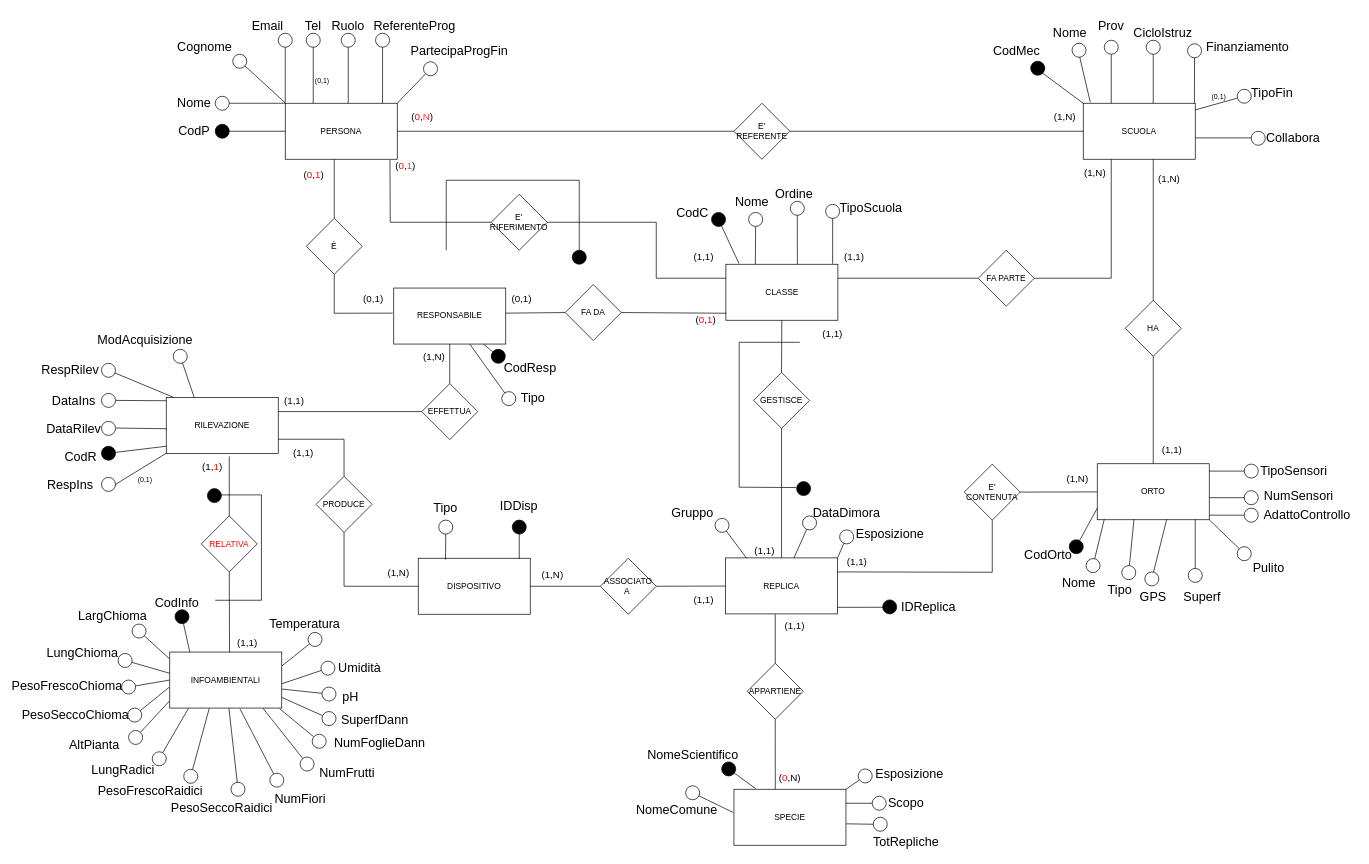
The draw.io diagram BD_ER_Restructured.drawio in pizzo-kyle/unige, before the edit. Source tidied: cells renumbered, new cells numbered last; positions are measured from the earlier drawing's top-left corner, leaving out a move shared by most shapes. Both pictures are drawn from the tidied source at 70%, with x=0, y=0 at pixel (38, 12).
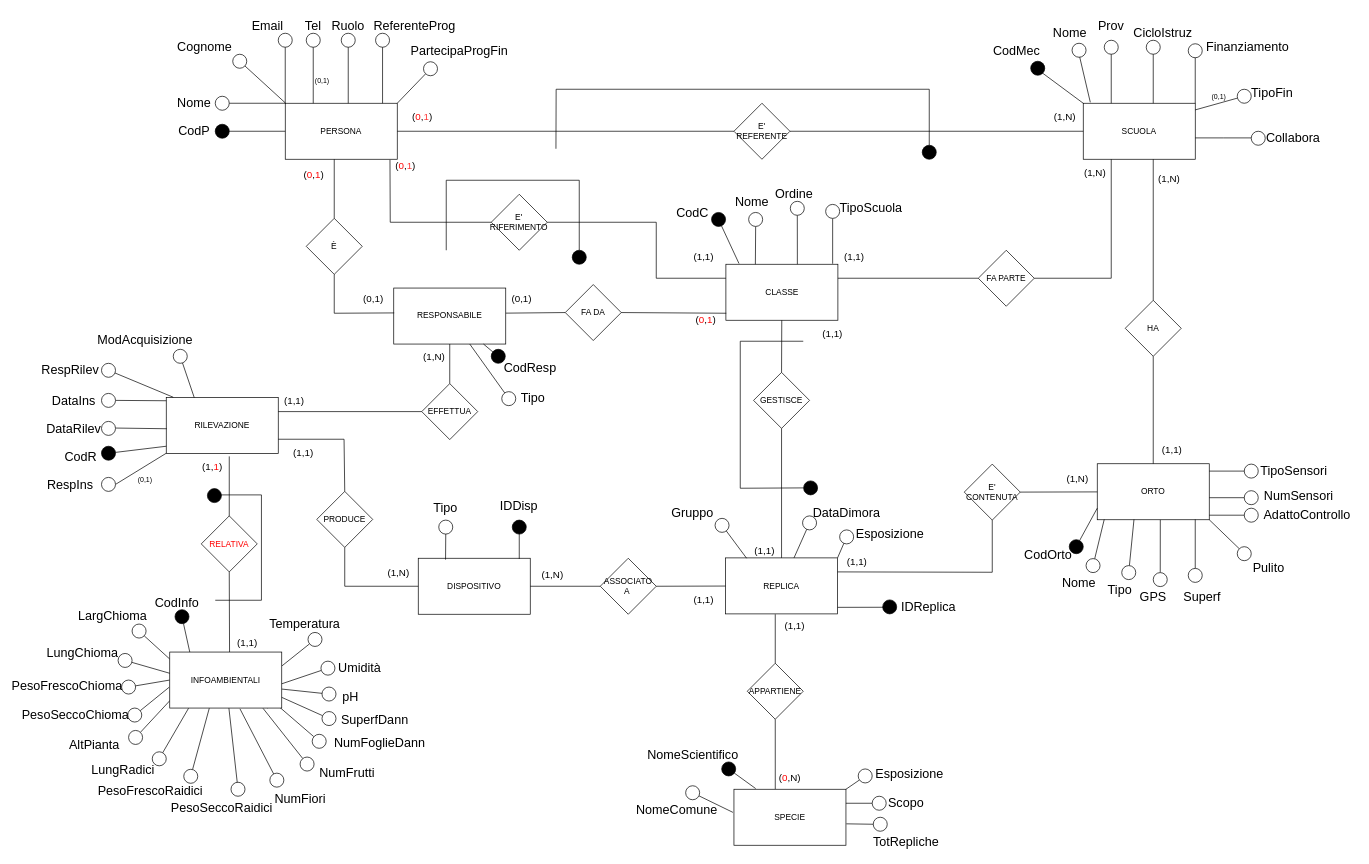
The same page after the edit.

The change refers to these unchanged cells:
```xml
<mxCell id="3" value="PERSONA" style="rounded=0;whiteSpace=wrap;html=1;" parent="1" vertex="1">
  <mxGeometry x="352" y="130" width="160" height="80" as="geometry" />
</mxCell>
<mxCell id="6" value="ORTO" style="rounded=0;whiteSpace=wrap;html=1;" parent="1" vertex="1">
  <mxGeometry x="1512" y="645" width="160" height="80" as="geometry" />
</mxCell>
<mxCell id="132" style="ellipse;whiteSpace=wrap;html=1;fillColor=#FFFFFF;direction=south;gradientColor=none;" parent="1" vertex="1">
  <mxGeometry x="390.5" y="1031.5" width="20" height="20" as="geometry" />
</mxCell>
<mxCell id="209" value="È" style="rhombus;whiteSpace=wrap;html=1;" parent="1" vertex="1">
  <mxGeometry x="382" y="294.4" width="80" height="80" as="geometry" />
</mxCell>
<mxCell id="235" value="INFOAMBIENTALI" style="rounded=0;whiteSpace=wrap;html=1;" parent="1" vertex="1">
  <mxGeometry x="187" y="914" width="160" height="80" as="geometry" />
</mxCell>
<mxCell id="252" value="RESPONSABILE" style="rounded=0;whiteSpace=wrap;html=1;" parent="1" vertex="1">
  <mxGeometry x="507" y="394" width="160" height="80" as="geometry" />
</mxCell>
```

What changed in the source:
```diff
@@
-    <mxCell id="20" style="endArrow=none;html=1;rounded=0;" parent="1" edge="1">
+    <mxCell id="20" style="endArrow=none;html=1;rounded=0;entryX=0;entryY=0;entryDx=0;entryDy=0;" parent="1" edge="1" target="3">
       <mxGeometry relative="1" as="geometry">
         <mxPoint x="352" y="50" as="sourcePoint" />
-        <mxPoint x="352" y="128.8" as="targetPoint" />
       </mxGeometry>
     </mxCell>
@@
     <mxCell id="39" style="ellipse;whiteSpace=wrap;html=1;fillColor=#FFFFFF;direction=south;gradientColor=none;" parent="1" vertex="1">
-      <mxGeometry x="1641" y="45" width="20" height="20" as="geometry" />
+      <mxGeometry x="1642" y="45" width="20" height="20" as="geometry" />
     </mxCell>
-    <mxCell id="40" style="endArrow=none;html=1;rounded=0;exitX=0.25;exitY=0;exitDx=0;exitDy=0;" parent="1" edge="1" target="39">
+    <mxCell id="40" style="endArrow=none;html=1;rounded=0;" parent="1" edge="1" target="39">
       <mxGeometry relative="1" as="geometry">
-        <mxPoint x="1650.8" y="130" as="sourcePoint" />
+        <mxPoint x="1652" y="130" as="sourcePoint" />
       </mxGeometry>
     </mxCell>
@@
-    <mxCell id="78" style="endArrow=none;html=1;rounded=0;entryX=0.5;entryY=1;entryDx=0;entryDy=0;" parent="1" edge="1" source="81">
-      <mxGeometry relative="1" as="geometry">
-        <mxPoint x="1611.2" y="724.5" as="targetPoint" />
-      </mxGeometry>
+    <mxCell id="78" style="endArrow=none;html=1;rounded=0;entryX=0.563;entryY=1.002;entryDx=0;entryDy=0;entryPerimeter=0;" parent="1" edge="1" source="81" target="6">
+      <mxGeometry relative="1" as="geometry" />
     </mxCell>
@@
     <mxCell id="81" style="ellipse;whiteSpace=wrap;html=1;fillColor=#FFFFFF;direction=south;gradientColor=none;" parent="1" vertex="1">
-      <mxGeometry x="1580" y="799.5" width="20" height="20" as="geometry" />
+      <mxGeometry x="1592" y="800.5" width="20" height="20" as="geometry" />
     </mxCell>
@@
-    <mxCell id="131" style="endArrow=none;html=1;rounded=0;entryX=0.98;entryY=1.01;entryDx=0;entryDy=0;entryPerimeter=0;" parent="1" edge="1" source="132" target="235">
+    <mxCell id="131" style="endArrow=none;html=1;rounded=0;entryX=0.98;entryY=0.983;entryDx=0;entryDy=0;entryPerimeter=0;" parent="1" edge="1" source="132" target="235">
       <mxGeometry relative="1" as="geometry" />
     </mxCell>
@@
     <mxCell id="185" style="ellipse;whiteSpace=wrap;html=1;fillColor=#000000;direction=south;gradientColor=none;" parent="1" vertex="1">
-      <mxGeometry x="1082.5" y="670.5" width="20" height="20" as="geometry" />
+      <mxGeometry x="1092.5" y="669.5" width="20" height="20" as="geometry" />
     </mxCell>
@@
     <mxCell id="206" value="PRODUCE" style="rhombus;whiteSpace=wrap;html=1;" parent="1" vertex="1">
-      <mxGeometry x="396" y="663" width="80" height="80" as="geometry" />
+      <mxGeometry x="397" y="684.5" width="80" height="80" as="geometry" />
     </mxCell>
@@
-    <mxCell id="208" style="endArrow=none;html=1;rounded=0;exitX=0.5;exitY=1;exitDx=0;exitDy=0;entryX=0;entryY=0.5;entryDx=0;entryDy=0;" parent="1" edge="1">
+    <mxCell id="208" style="endArrow=none;html=1;rounded=0;entryX=0;entryY=0.5;entryDx=0;entryDy=0;exitX=0.5;exitY=1;exitDx=0;exitDy=0;" parent="1" edge="1" source="206">
       <mxGeometry relative="1" as="geometry">
-        <mxPoint x="436" y="743" as="sourcePoint" />
         <mxPoint x="542" y="820" as="targetPoint" />
         <Array as="points">
-          <mxPoint x="436" y="820" />
+          <mxPoint x="437" y="820" />
         </Array>
       </mxGeometry>
     </mxCell>
@@
-    <mxCell id="225" style="endArrow=none;html=1;rounded=0;" parent="1" edge="1">
+    <mxCell id="225" style="endArrow=none;html=1;rounded=0;" parent="1" edge="1" source="185">
       <mxGeometry relative="1" as="geometry">
-        <mxPoint x="1082" y="679" as="sourcePoint" />
-        <mxPoint x="1087" y="471.5" as="targetPoint" />
+        <mxPoint x="1092" y="470" as="targetPoint" />
         <Array as="points">
-          <mxPoint x="1000.5" y="678.5" />
-          <mxPoint x="1000.5" y="471.5" />
+          <mxPoint x="1002" y="680" />
+          <mxPoint x="1002" y="470" />
         </Array>
       </mxGeometry>
     </mxCell>
@@
-    <mxCell id="254" style="endArrow=none;html=1;rounded=0;entryX=0.5;entryY=1;entryDx=0;entryDy=0;exitX=-0.009;exitY=0.448;exitDx=0;exitDy=0;exitPerimeter=0;" parent="1" edge="1" source="252" target="209">
+    <mxCell id="254" style="endArrow=none;html=1;rounded=0;entryX=0.5;entryY=1;entryDx=0;entryDy=0;exitX=0.004;exitY=0.444;exitDx=0;exitDy=0;exitPerimeter=0;" parent="1" edge="1" source="252" target="209">
       <mxGeometry relative="1" as="geometry">
         <Array as="points">
           <mxPoint x="422" y="430" />
         </Array>
       </mxGeometry>
     </mxCell>
@@
-    <mxCell id="277" value="&lt;font style=&quot;font-size: 14px;&quot;&gt;(&lt;font color=&quot;#ff0000&quot;&gt;0&lt;/font&gt;,&lt;font color=&quot;#ff3333&quot;&gt;N&lt;/font&gt;)&lt;/font&gt;" style="text;html=1;strokeColor=none;fillColor=none;align=center;verticalAlign=middle;whiteSpace=wrap;rounded=0;" parent="1" vertex="1">
+    <mxCell id="277" value="&lt;font style=&quot;font-size: 14px;&quot;&gt;(&lt;font color=&quot;#ff0000&quot;&gt;0&lt;/font&gt;,&lt;font color=&quot;#ff3333&quot;&gt;1&lt;/font&gt;)&lt;/font&gt;" style="text;html=1;strokeColor=none;fillColor=none;align=center;verticalAlign=middle;whiteSpace=wrap;rounded=0;" parent="1" vertex="1">
       <mxGeometry x="525.3" y="140" width="46" height="20" as="geometry" />
     </mxCell>
@@
+    <mxCell id="281" style="endArrow=none;html=1;rounded=0;" parent="1" edge="1" target="282">
+      <mxGeometry relative="1" as="geometry">
+        <mxPoint x="738.7" y="195" as="sourcePoint" />
+        <Array as="points">
+          <mxPoint x="739" y="110" />
+          <mxPoint x="1272" y="110" />
+        </Array>
+      </mxGeometry>
+    </mxCell>
+    <mxCell id="282" style="ellipse;whiteSpace=wrap;html=1;fillColor=#000000;direction=south;" parent="1" vertex="1">
+      <mxGeometry x="1262" y="190" width="20" height="20" as="geometry" />
+    </mxCell>
```
